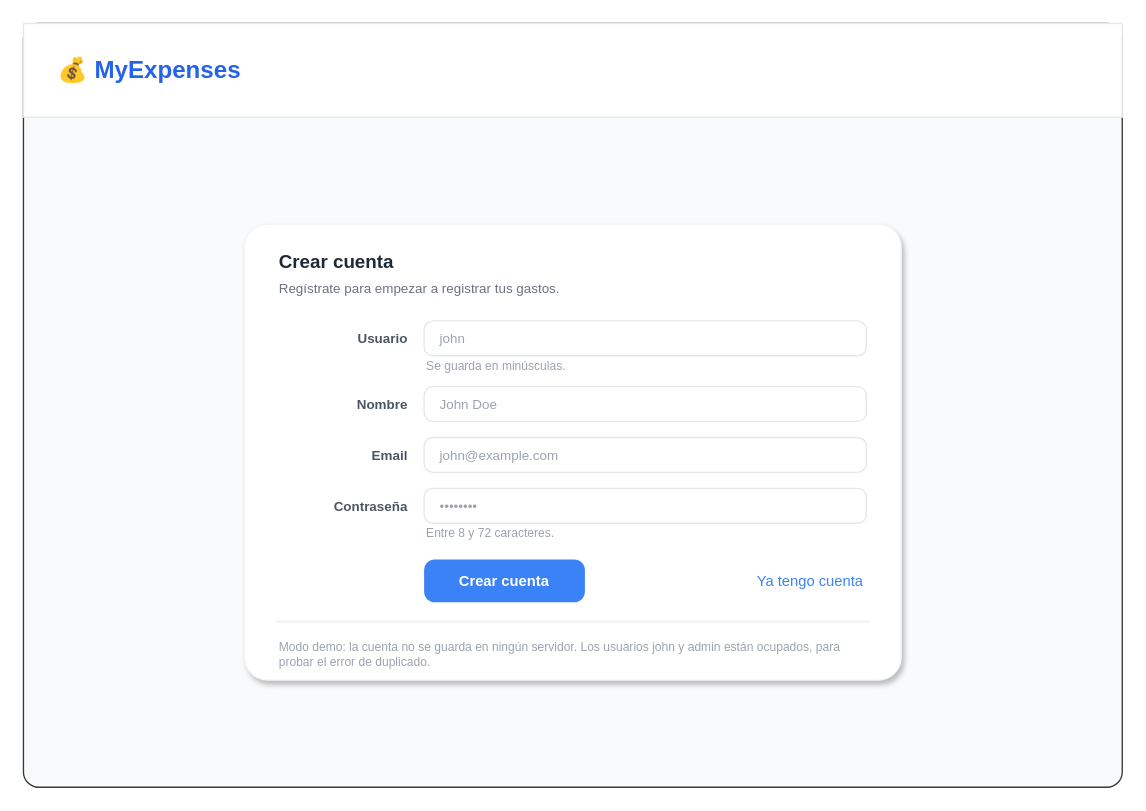
john2600/mybasics-expense-ui keeps this draw.io diagram as page "Registro" (2 of 3) of mockups/auth-screens.drawio. Above is the earlier version. Source tidied: cells renumbered, new cells numbered last; positions are measured from the earlier drawing's top-left corner, leaving out a move shared by most shapes. Both pictures are drawn from the tidied source at 134%, with x=0, y=0 at pixel (23, 23).
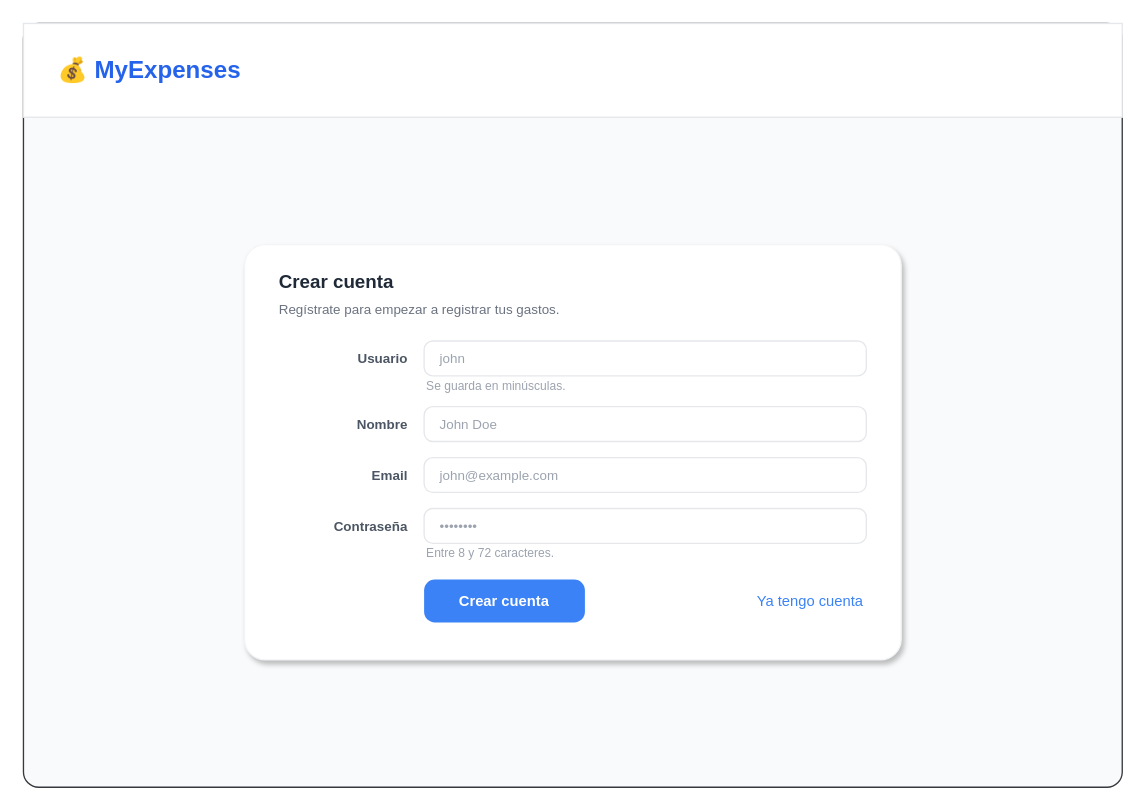
The same diagram, later.

Change to the diagram source:
```diff
@@
     <mxCell id="5" style="rounded=1;arcSize=5;whiteSpace=wrap;html=1;fillColor=#FFFFFF;strokeColor=#F3F4F6;shadow=1;" parent="1" vertex="1">
-      <mxGeometry x="165" y="150" width="490" height="340" as="geometry" />
+      <mxGeometry x="165" y="165" width="490" height="310" as="geometry" />
     </mxCell>
@@
-    <mxCell id="20" style="rounded=0;whiteSpace=wrap;html=1;fillColor=#F3F4F6;strokeColor=#F3F4F6;" parent="5" vertex="1">
-      <mxGeometry x="24" y="296" width="442" height="1" as="geometry" />
-    </mxCell>
-    <mxCell id="21" value="Modo demo: la cuenta no se guarda en ningún servidor. Los usuarios john y admin están ocupados, para probar el error de duplicado." style="text;html=1;whiteSpace=wrap;strokeColor=none;fillColor=none;align=left;verticalAlign=top;rounded=0;fontSize=9;fontColor=#9CA3AF;" parent="5" vertex="1">
-      <mxGeometry x="24" y="304" width="442" height="28" as="geometry" />
-    </mxCell>
```
